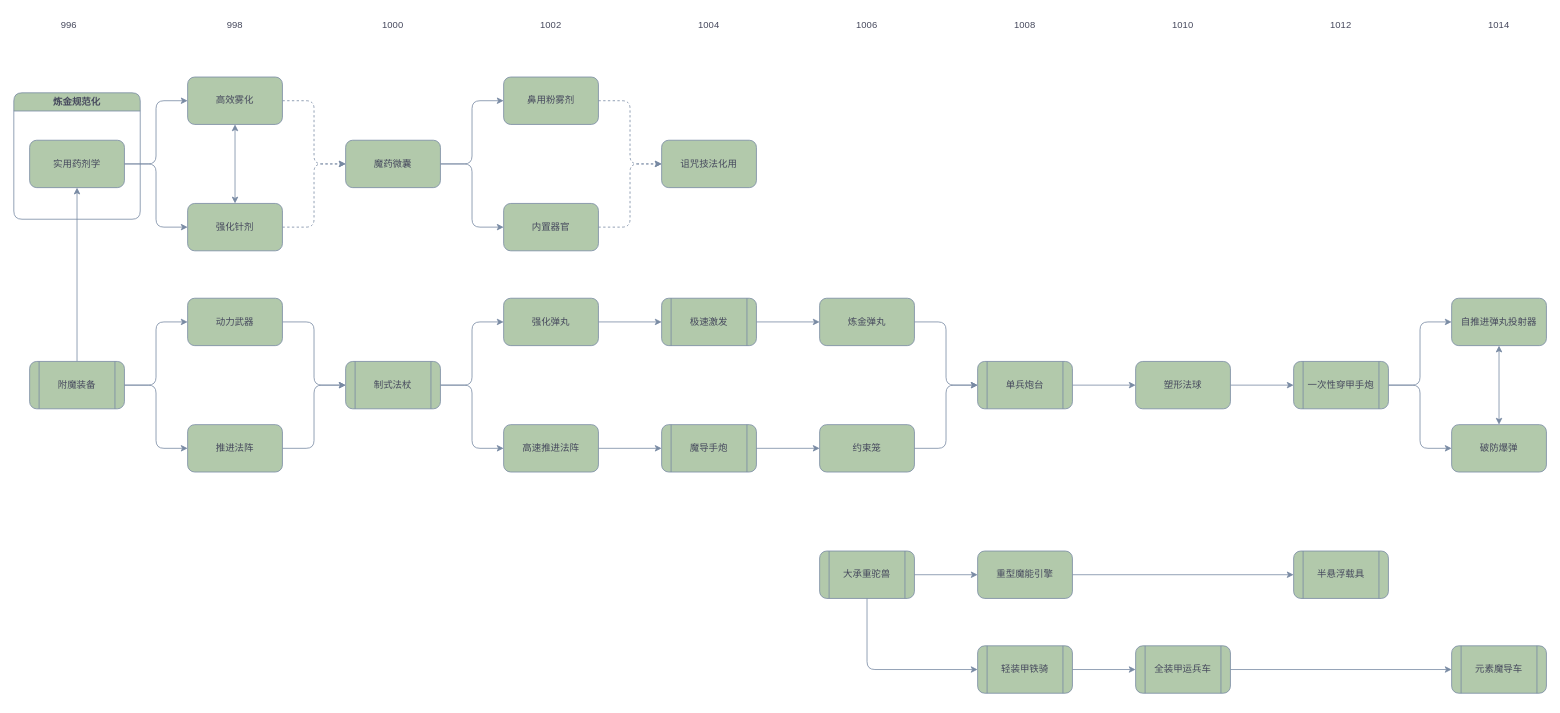
This is page "步兵" (4 of 10) of WIP/月茗/科研.drawio from 2014358312/Fantasyland-Era, a draw.io file, before an edit. Source tidied: cells renumbered, new cells numbered last; positions are measured from the earlier drawing's top-left corner, leaving out a move shared by most shapes. Both pictures are drawn from the tidied source at 79%, with x=0, y=0 at pixel (13, 13).
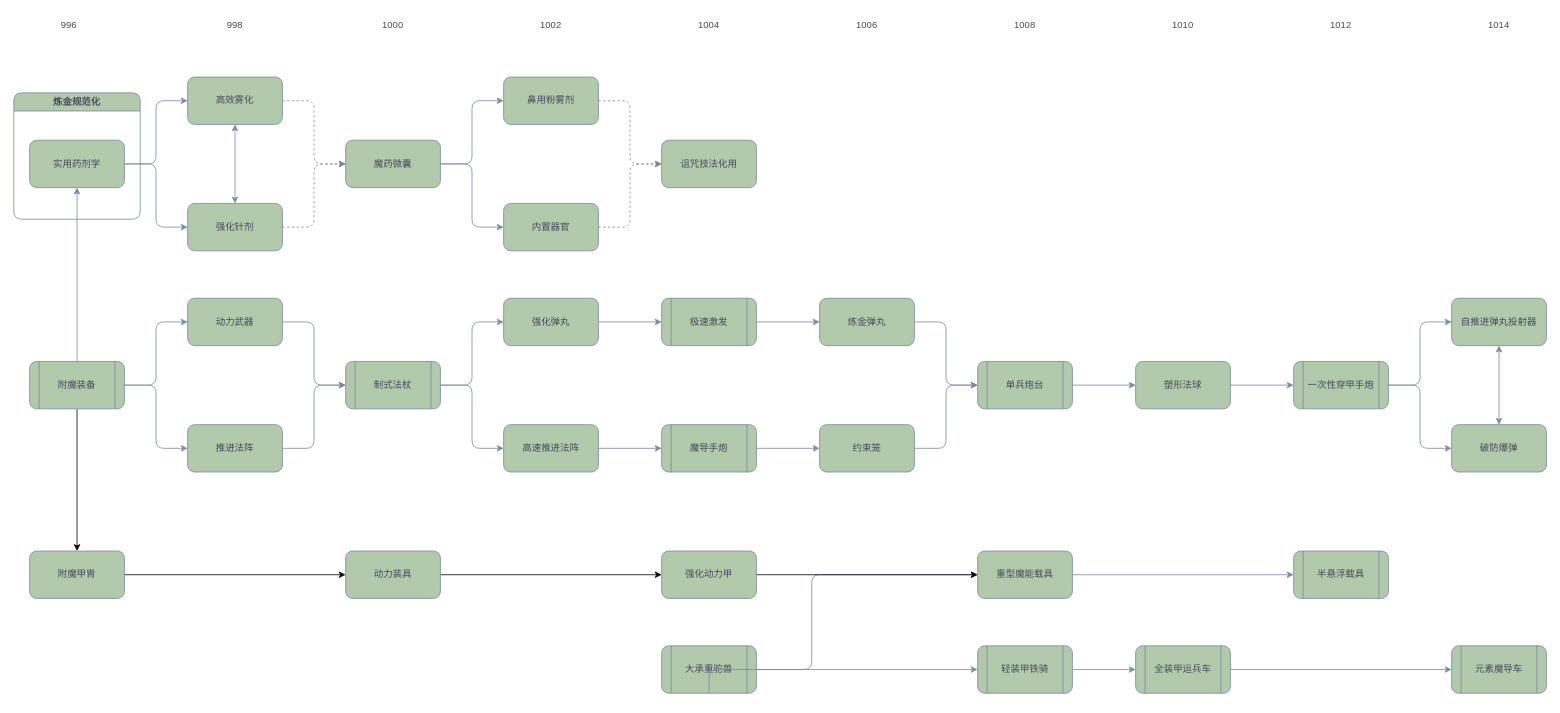
Above is the later version.

The change refers to these unchanged cells:
```xml
<mxCell id="9" value="附魔装备" style="shape=process;whiteSpace=wrap;html=1;backgroundOutline=1;rounded=1;strokeColor=#788AA3;fontColor=#46495D;fillColor=#B2C9AB;" parent="1" vertex="1">
  <mxGeometry x="20" y="440" width="120" height="60" as="geometry" />
</mxCell>
<mxCell id="63" value="轻装甲铁骑" style="shape=process;whiteSpace=wrap;html=1;backgroundOutline=1;rounded=1;strokeColor=#788AA3;fontColor=#46495D;fillColor=#B2C9AB;" parent="1" vertex="1">
  <mxGeometry x="1220" y="800" width="120" height="60" as="geometry" />
</mxCell>
```

What changed in the source:
```diff
@@
+    <mxCell id="73" style="edgeStyle=orthogonalEdgeStyle;rounded=0;jettySize=auto;html=1;fillColor=light-dark(transparent,#7EA6E0);" parent="1" edge="1" source="9" target="75">
+      <mxGeometry relative="1" as="geometry" />
+    </mxCell>
@@
     <mxCell id="57" style="edgeStyle=orthogonalEdgeStyle;rounded=1;jettySize=auto;html=1;exitX=1;exitY=0.5;exitDx=0;exitDy=0;entryX=0;entryY=0.5;entryDx=0;entryDy=0;strokeColor=#788AA3;fontColor=#46495D;fillColor=#B2C9AB;" parent="1" edge="1" source="58" target="61">
-      <mxGeometry relative="1" as="geometry" />
+      <mxGeometry relative="1" as="geometry">
+        <Array as="points">
+          <mxPoint x="1010" y="830" />
+          <mxPoint x="1010" y="710" />
+        </Array>
+      </mxGeometry>
     </mxCell>
     <mxCell id="58" value="大承重驼兽" style="shape=process;whiteSpace=wrap;html=1;backgroundOutline=1;rounded=1;strokeColor=#788AA3;fontColor=#46495D;fillColor=#B2C9AB;" parent="1" vertex="1">
-      <mxGeometry x="1020" y="680" width="120" height="60" as="geometry" />
+      <mxGeometry x="820" y="800" width="120" height="60" as="geometry" />
     </mxCell>
     <mxCell id="59" style="edgeStyle=orthogonalEdgeStyle;rounded=1;jettySize=auto;html=1;exitX=0.5;exitY=1;exitDx=0;exitDy=0;entryX=0;entryY=0.5;entryDx=0;entryDy=0;strokeColor=#788AA3;fontColor=#46495D;fillColor=#B2C9AB;" parent="1" edge="1" source="58" target="63">
-      <mxGeometry relative="1" as="geometry" />
+      <mxGeometry relative="1" as="geometry">
+        <Array as="points">
+          <mxPoint x="880" y="830" />
+        </Array>
+      </mxGeometry>
     </mxCell>
@@
-    <mxCell id="61" value="重型魔能引擎" style="rounded=1;whiteSpace=wrap;html=1;strokeColor=#788AA3;fontColor=#46495D;fillColor=#B2C9AB;" parent="1" vertex="1">
+    <mxCell id="61" value="重型魔能载具" style="rounded=1;whiteSpace=wrap;html=1;strokeColor=#788AA3;fontColor=#46495D;fillColor=#B2C9AB;" parent="1" vertex="1">
       <mxGeometry x="1220" y="680" width="120" height="60" as="geometry" />
     </mxCell>
@@
+    <mxCell id="74" style="edgeStyle=orthogonalEdgeStyle;rounded=0;jettySize=auto;html=1;fillColor=light-dark(transparent,#7EA6E0);" parent="1" edge="1" source="75" target="77">
+      <mxGeometry relative="1" as="geometry" />
+    </mxCell>
+    <mxCell id="75" value="附魔甲胄" style="whiteSpace=wrap;html=1;fillColor=#B2C9AB;strokeColor=#788AA3;fontColor=#46495D;rounded=1;" parent="1" vertex="1">
+      <mxGeometry x="20" y="680" width="120" height="60" as="geometry" />
+    </mxCell>
+    <mxCell id="76" style="edgeStyle=orthogonalEdgeStyle;rounded=0;jettySize=auto;html=1;fillColor=light-dark(transparent,#7EA6E0);" parent="1" edge="1" source="77" target="79">
+      <mxGeometry relative="1" as="geometry" />
+    </mxCell>
+    <mxCell id="77" value="动力装具" style="whiteSpace=wrap;html=1;fillColor=#B2C9AB;strokeColor=#788AA3;fontColor=#46495D;rounded=1;" parent="1" vertex="1">
+      <mxGeometry x="420" y="680" width="120" height="60" as="geometry" />
+    </mxCell>
+    <mxCell id="78" style="edgeStyle=orthogonalEdgeStyle;rounded=0;jettySize=auto;html=1;fillColor=light-dark(transparent,#7EA6E0);" parent="1" edge="1" source="79" target="61">
+      <mxGeometry relative="1" as="geometry" />
+    </mxCell>
+    <mxCell id="79" value="强化动力甲" style="whiteSpace=wrap;html=1;fillColor=#B2C9AB;strokeColor=#788AA3;fontColor=#46495D;rounded=1;" parent="1" vertex="1">
+      <mxGeometry x="820" y="680" width="120" height="60" as="geometry" />
+    </mxCell>
```
